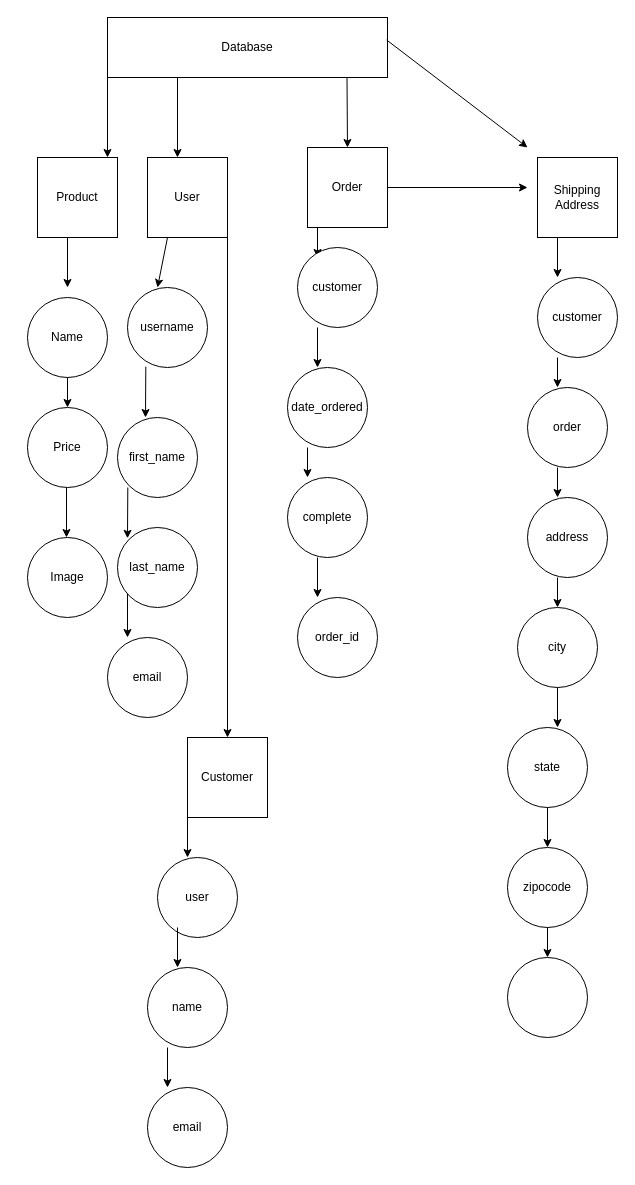
This is model_map.drawio from Davittio-L/ECommerce-Site, a draw.io file, before an edit. Source tidied: cells renumbered, new cells numbered last; positions are measured from the earlier drawing's top-left corner, leaving out a move shared by most shapes. Both pictures are drawn from the tidied source at 100%, with x=0, y=0 at pixel (27, 17).
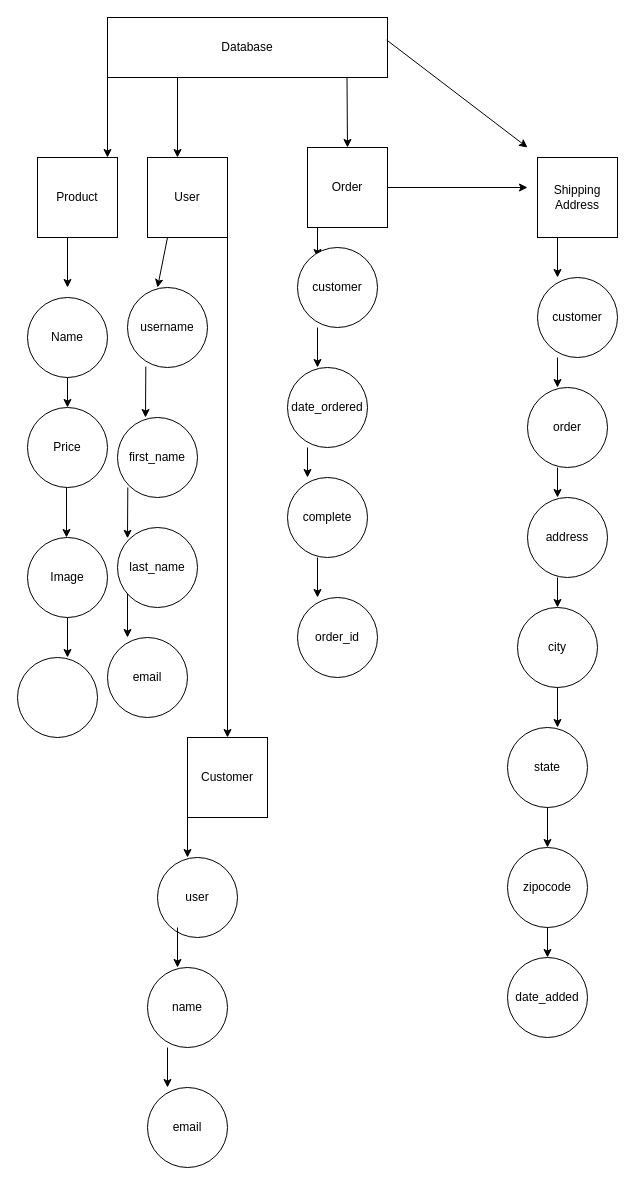
The same page after the edit.

Change to the diagram source:
```diff
@@
-    <mxCell id="55" style="ellipse;whiteSpace=wrap;html=1;" parent="1" vertex="1">
+    <mxCell id="55" value="date_added" style="ellipse;whiteSpace=wrap;html=1;" parent="1" vertex="1">
       <mxGeometry x="480" y="940" width="80" height="80" as="geometry" />
     </mxCell>
+    <mxCell id="56" style="endArrow=classic;html=1;" parent="1" edge="1">
+      <mxGeometry relative="1" as="geometry">
+        <mxPoint x="40" y="600" as="sourcePoint" />
+        <mxPoint x="40" y="640" as="targetPoint" />
+      </mxGeometry>
+    </mxCell>
+    <mxCell id="57" style="ellipse;whiteSpace=wrap;html=1;" parent="1" vertex="1">
+      <mxGeometry x="-10" y="640" width="80" height="80" as="geometry" />
+    </mxCell>
```
